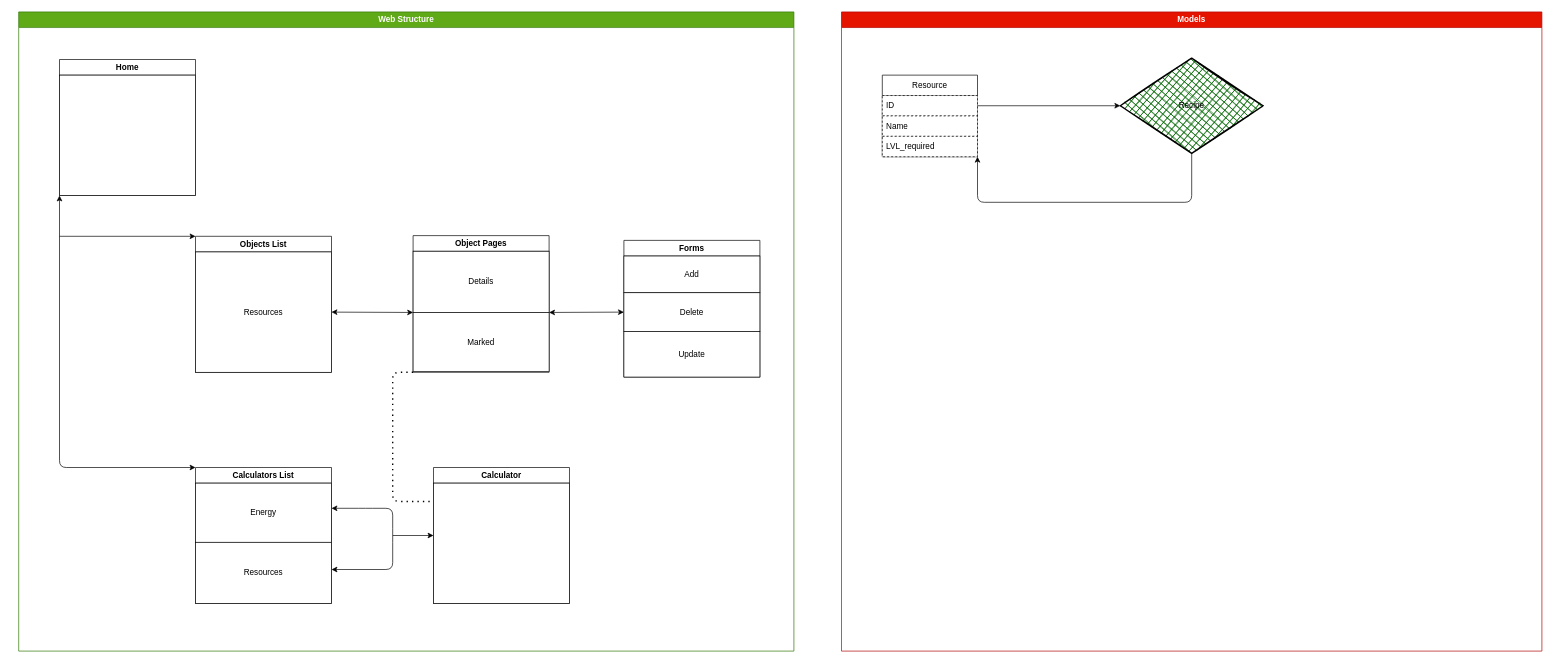
The draw.io diagram designs/diseño_proyecto_final_django.drawio in Antropodus17/django, before the edit. Source tidied: cells renumbered, new cells numbered last; positions are measured from the earlier drawing's top-left corner, leaving out a move shared by most shapes. Both pictures are drawn from the tidied source at 68%, with x=0, y=0 at pixel (18, 12).
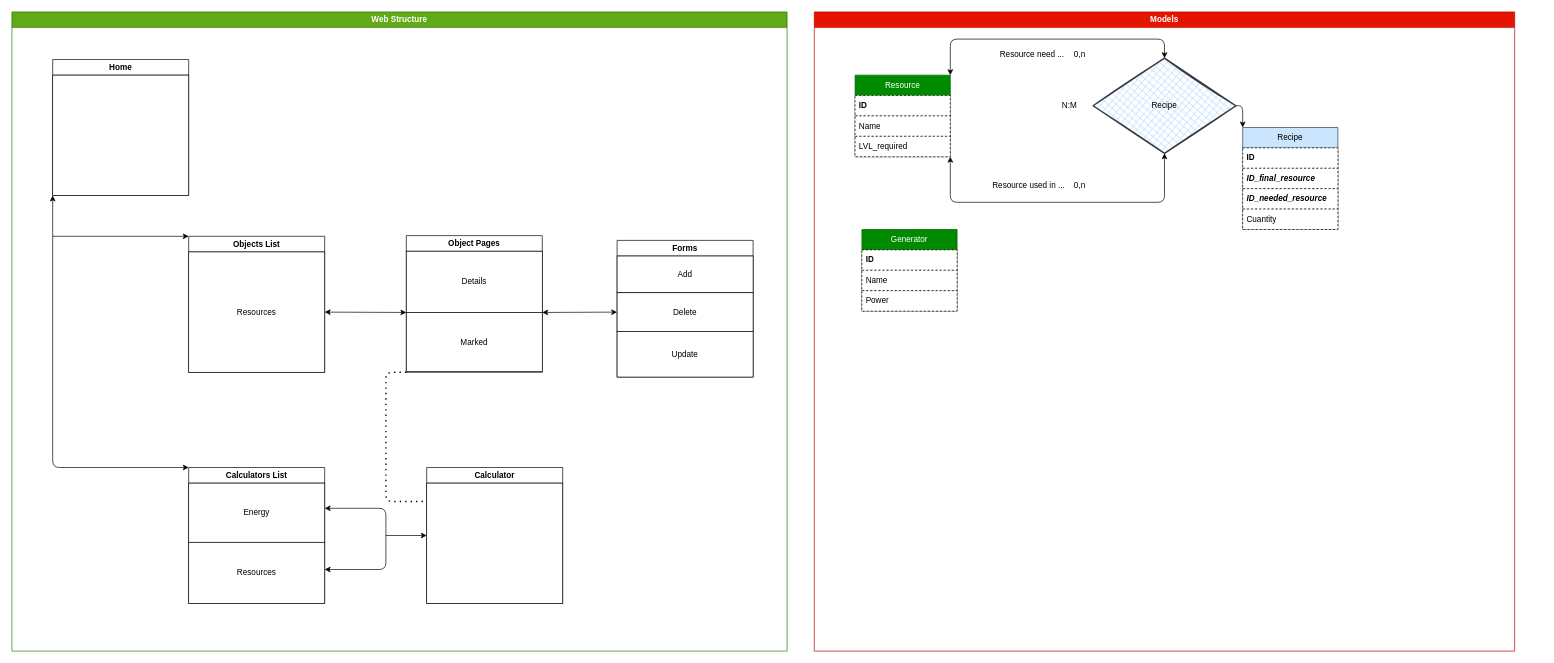
The same diagram, later.

Commit message:
Terminado modelo y esquema proyecto_final_django

Change to the diagram source:
```diff
@@
     <mxCell id="2" value="Web Structure" style="swimlane;whiteSpace=wrap;html=1;fillColor=#60a917;fontColor=#ffffff;strokeColor=#2D7600;fillStyle=auto;gradientColor=none;swimlaneFillColor=default;" parent="1" vertex="1">
-      <mxGeometry width="1140" height="940" as="geometry" />
+      <mxGeometry x="-10" width="1140" height="940" as="geometry" />
     </mxCell>
@@
-    <mxCell id="26" value="Models" style="swimlane;whiteSpace=wrap;html=1;fillStyle=auto;fillColor=#e51400;strokeColor=#B20000;fontColor=#ffffff;" parent="1" vertex="1">
-      <mxGeometry x="1210" width="1030" height="940" as="geometry" />
+    <mxCell id="26" value="Models" style="swimlane;whiteSpace=wrap;html=1;fillStyle=auto;fillColor=#e51400;strokeColor=#B20000;fontColor=#ffffff;swimlaneFillColor=default;" parent="1" vertex="1">
+      <mxGeometry x="1170" width="1030" height="940" as="geometry" />
     </mxCell>
-    <mxCell id="27" value="Resource" style="swimlane;fontStyle=0;horizontal=1;startSize=30;whiteSpace=wrap;html=1;" parent="26" vertex="1">
+    <mxCell id="27" value="Resource" style="swimlane;fontStyle=0;horizontal=1;startSize=30;whiteSpace=wrap;html=1;fillColor=#008a00;fontColor=#ffffff;strokeColor=#005700;" parent="26" vertex="1">
       <mxGeometry x="60" y="93" width="140" height="120" as="geometry" />
     </mxCell>
-    <mxCell id="28" value="ID" style="text;strokeColor=default;fillColor=default;align=left;verticalAlign=middle;spacingLeft=4;spacingRight=4;overflow=hidden;points=[[0,0.5],[1,0.5]];portConstraint=eastwest;whiteSpace=wrap;html=1;dashed=1;" parent="27" vertex="1">
+    <mxCell id="28" value="&lt;b&gt;ID&lt;/b&gt;" style="text;strokeColor=default;fillColor=default;align=left;verticalAlign=middle;spacingLeft=4;spacingRight=4;overflow=hidden;points=[[0,0.5],[1,0.5]];portConstraint=eastwest;whiteSpace=wrap;html=1;dashed=1;" parent="27" vertex="1">
       <mxGeometry y="30" width="140" height="30" as="geometry" />
     </mxCell>
@@
-    <mxCell id="31" value="Recipe" style="rhombus;whiteSpace=wrap;html=1;strokeWidth=2;fillWeight=-1;hachureGap=8;fillStyle=cross-hatch;fillColor=light-dark(#006600,#003300);sketch=1;strokeColor=light-dark(#000000,#00CC00);" parent="26" vertex="1">
+    <mxCell id="31" value="Recipe" style="rhombus;whiteSpace=wrap;html=1;strokeWidth=2;fillWeight=-1;hachureGap=8;fillStyle=cross-hatch;fillColor=#cce5ff;sketch=1;strokeColor=#36393d;" parent="26" vertex="1">
       <mxGeometry x="410" y="68" width="210" height="140" as="geometry" />
     </mxCell>
-    <mxCell id="32" style="endArrow=classic;html=1;exitX=1;exitY=0.5;exitDx=0;exitDy=0;entryX=0;entryY=0.5;entryDx=0;entryDy=0;" parent="26" edge="1" source="28" target="31">
-      <mxGeometry relative="1" as="geometry" />
-    </mxCell>
-    <mxCell id="33" style="endArrow=classic;html=1;exitX=0.5;exitY=1;exitDx=0;exitDy=0;entryX=1;entryY=1;entryDx=0;entryDy=0;" parent="26" edge="1" source="31" target="27">
-      <mxGeometry relative="1" as="geometry">
-        <Array as="points">
-          <mxPoint x="515" y="280" />
-          <mxPoint x="200" y="280" />
-        </Array>
-      </mxGeometry>
-    </mxCell>
+    <mxCell id="34" value="Recipe" style="swimlane;fontStyle=0;horizontal=1;startSize=30;whiteSpace=wrap;html=1;fillColor=#cce5ff;strokeColor=#36393d;" parent="26" vertex="1">
+      <mxGeometry x="630" y="170" width="140" height="150" as="geometry" />
+    </mxCell>
+    <mxCell id="35" value="&lt;b&gt;ID&lt;/b&gt;" style="text;strokeColor=default;fillColor=default;align=left;verticalAlign=middle;spacingLeft=4;spacingRight=4;overflow=hidden;whiteSpace=wrap;html=1;dashed=1;" parent="34" vertex="1">
+      <mxGeometry y="30" width="140" height="30" as="geometry" />
+    </mxCell>
+    <mxCell id="36" value="&lt;i&gt;&lt;b&gt;ID_final_resource&lt;/b&gt;&lt;/i&gt;" style="text;strokeColor=default;fillColor=default;align=left;verticalAlign=middle;spacingLeft=4;spacingRight=4;overflow=hidden;whiteSpace=wrap;html=1;dashed=1;" parent="34" vertex="1">
+      <mxGeometry y="60" width="140" height="30" as="geometry" />
+    </mxCell>
+    <mxCell id="37" value="&lt;i&gt;&lt;b&gt;ID_needed_resource&lt;/b&gt;&lt;/i&gt;" style="text;strokeColor=default;fillColor=default;align=left;verticalAlign=middle;spacingLeft=4;spacingRight=4;overflow=hidden;whiteSpace=wrap;html=1;dashed=1;" parent="34" vertex="1">
+      <mxGeometry y="90" width="140" height="30" as="geometry" />
+    </mxCell>
+    <mxCell id="38" value="Cuantity" style="text;strokeColor=default;fillColor=default;align=left;verticalAlign=middle;spacingLeft=4;spacingRight=4;overflow=hidden;whiteSpace=wrap;html=1;dashed=1;" parent="34" vertex="1">
+      <mxGeometry y="120" width="140" height="30" as="geometry" />
+    </mxCell>
+    <mxCell id="39" style="endArrow=classic;startArrow=classic;html=1;edgeStyle=orthogonalEdgeStyle;entryX=0.5;entryY=1;entryDx=0;entryDy=0;exitX=1;exitY=1;exitDx=0;exitDy=0;" parent="26" edge="1" source="27" target="31">
+      <mxGeometry relative="1" as="geometry">
+        <Array as="points">
+          <mxPoint x="200" y="280" />
+          <mxPoint x="515" y="280" />
+        </Array>
+      </mxGeometry>
+    </mxCell>
+    <mxCell id="40" style="endArrow=classic;startArrow=classic;html=1;edgeStyle=orthogonalEdgeStyle;entryX=0.5;entryY=0;entryDx=0;entryDy=0;exitX=1;exitY=0;exitDx=0;exitDy=0;" parent="26" edge="1" source="27" target="31">
+      <mxGeometry relative="1" as="geometry">
+        <Array as="points">
+          <mxPoint x="200" y="40" />
+          <mxPoint x="515" y="40" />
+        </Array>
+      </mxGeometry>
+    </mxCell>
+    <mxCell id="41" value="&lt;font style=&quot;color: light-dark(rgb(0, 0, 0), rgb(255, 102, 255));&quot;&gt;Resource used in ...&lt;/font&gt;" style="text;html=1;align=center;verticalAlign=middle;strokeColor=none;fillColor=none;fontColor=light-dark(default, #1eff00);" parent="26" vertex="1">
+      <mxGeometry x="250" y="240" width="130" height="30" as="geometry" />
+    </mxCell>
+    <mxCell id="42" style="endArrow=classic;html=1;entryX=0;entryY=0;entryDx=0;entryDy=0;exitX=1;exitY=0.5;exitDx=0;exitDy=0;edgeStyle=orthogonalEdgeStyle;" parent="26" edge="1" source="31" target="34">
+      <mxGeometry relative="1" as="geometry" />
+    </mxCell>
+    <mxCell id="43" value="&lt;font style=&quot;color: light-dark(rgb(0, 0, 0), rgb(255, 0, 0));&quot;&gt;0,n&lt;/font&gt;" style="text;html=1;align=center;verticalAlign=middle;strokeColor=none;fillColor=none;fontColor=light-dark(#000000,#FF66FF);" parent="26" vertex="1">
+      <mxGeometry x="370" y="240" width="40" height="30" as="geometry" />
+    </mxCell>
+    <mxCell id="44" value="N:M" style="text;html=1;align=center;verticalAlign=middle;strokeColor=none;fillColor=none;fontColor=light-dark(#000000,#33FF33);" parent="26" vertex="1">
+      <mxGeometry x="350" y="123" width="50" height="30" as="geometry" />
+    </mxCell>
+    <mxCell id="45" value="&lt;font style=&quot;color: light-dark(rgb(0, 0, 0), rgb(255, 102, 255));&quot;&gt;Resource need ...&lt;/font&gt;" style="text;html=1;align=center;verticalAlign=middle;strokeColor=none;fillColor=none;" parent="26" vertex="1">
+      <mxGeometry x="260" y="48" width="120" height="30" as="geometry" />
+    </mxCell>
+    <mxCell id="46" value="&lt;font style=&quot;color: light-dark(rgb(0, 0, 0), rgb(255, 0, 0));&quot;&gt;0,n&lt;/font&gt;" style="text;html=1;align=center;verticalAlign=middle;strokeColor=none;fillColor=none;" parent="26" vertex="1">
+      <mxGeometry x="370" y="48" width="40" height="30" as="geometry" />
+    </mxCell>
+    <mxCell id="47" value="Generator" style="swimlane;fontStyle=0;horizontal=1;startSize=30;whiteSpace=wrap;html=1;fillColor=#008a00;fontColor=#ffffff;strokeColor=#005700;" parent="26" vertex="1">
+      <mxGeometry x="70" y="320" width="140" height="120" as="geometry" />
+    </mxCell>
+    <mxCell id="48" value="&lt;b&gt;ID&lt;/b&gt;" style="text;strokeColor=default;fillColor=default;align=left;verticalAlign=middle;spacingLeft=4;spacingRight=4;overflow=hidden;whiteSpace=wrap;html=1;dashed=1;" parent="47" vertex="1">
+      <mxGeometry y="30" width="140" height="30" as="geometry" />
+    </mxCell>
+    <mxCell id="49" value="Name" style="text;strokeColor=default;fillColor=default;align=left;verticalAlign=middle;spacingLeft=4;spacingRight=4;overflow=hidden;whiteSpace=wrap;html=1;dashed=1;" parent="47" vertex="1">
+      <mxGeometry y="60" width="140" height="30" as="geometry" />
+    </mxCell>
+    <mxCell id="50" value="Power" style="text;strokeColor=default;fillColor=default;align=left;verticalAlign=middle;spacingLeft=4;spacingRight=4;overflow=hidden;whiteSpace=wrap;html=1;dashed=1;" parent="47" vertex="1">
+      <mxGeometry y="90" width="140" height="30" as="geometry" />
+    </mxCell>
```
